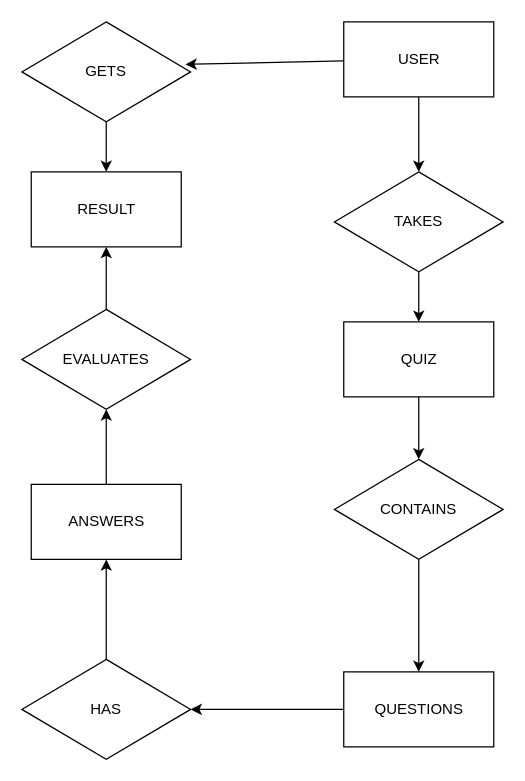
Earlier version of the draw.io diagram Diagram/ERD.drawio (prathamjc/FINALPROJECT). Source tidied: cells renumbered, new cells numbered last; positions are measured from the earlier drawing's top-left corner, leaving out a move shared by most shapes. Both pictures are drawn from the tidied source at 125%, with x=0, y=0 at pixel (21, 21).
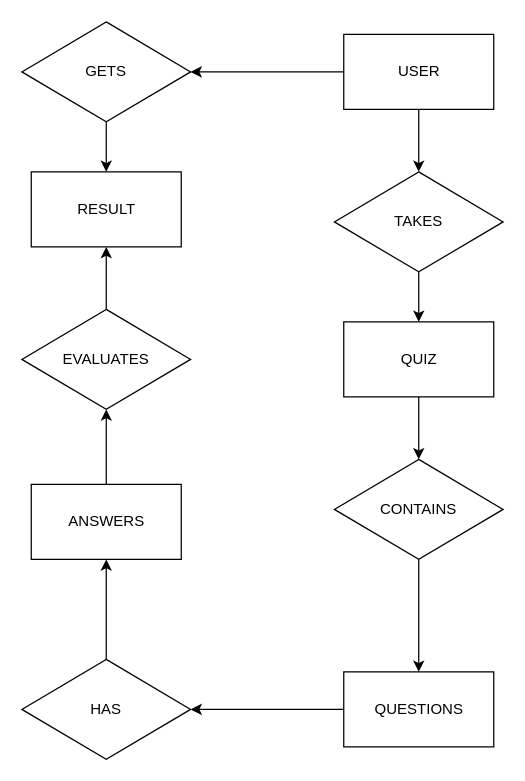
Above is the later version.

The change refers to these unchanged cells:
```xml
<mxCell id="11" value="GETS" style="rhombus;whiteSpace=wrap;html=1;" parent="1" vertex="1">
  <mxGeometry width="135" height="80" as="geometry" />
</mxCell>
```

Change to the diagram source:
```diff
@@
     <mxCell id="2" value="USER" style="rounded=0;whiteSpace=wrap;html=1;" parent="1" vertex="1">
-      <mxGeometry x="257.5" width="120" height="60" as="geometry" />
+      <mxGeometry x="257.5" y="10" width="120" height="60" as="geometry" />
     </mxCell>
@@
-    <mxCell id="20" style="endArrow=classic;html=1;rounded=0;entryX=0.97;entryY=0.425;entryDx=0;entryDy=0;entryPerimeter=0;" parent="1" edge="1" source="2" target="11">
+    <mxCell id="20" style="endArrow=classic;html=1;rounded=0;entryX=1;entryY=0.5;entryDx=0;entryDy=0;" parent="1" edge="1" source="2" target="11">
       <mxGeometry relative="1" as="geometry" />
     </mxCell>
```
